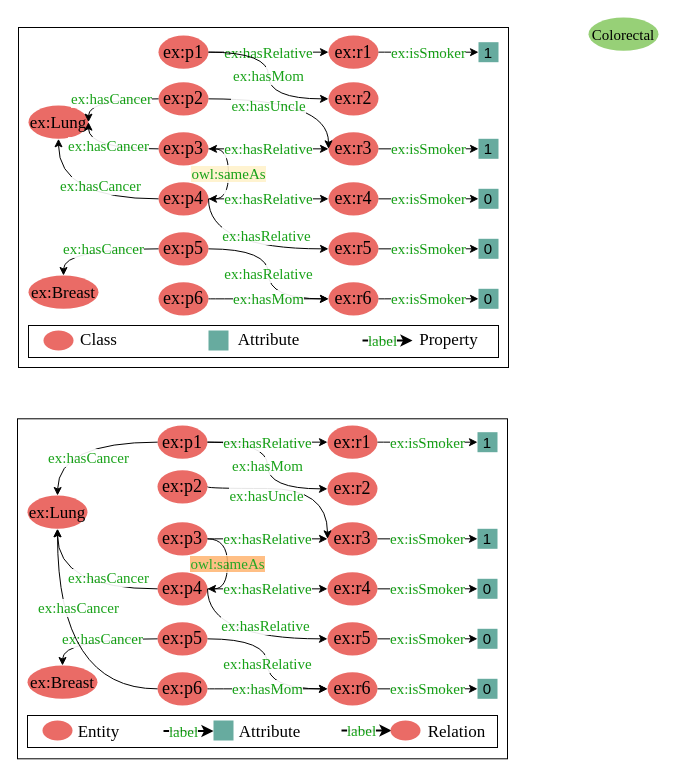
Earlier version of the draw.io diagram VLDB2023.drawio (jason-huanghao/drawio_graphs). Source tidied: cells renumbered, new cells numbered last; positions are measured from the earlier drawing's top-left corner, leaving out a move shared by most shapes. Both pictures are drawn from the tidied source at 100%, with x=0, y=0 at pixel (17, 17).
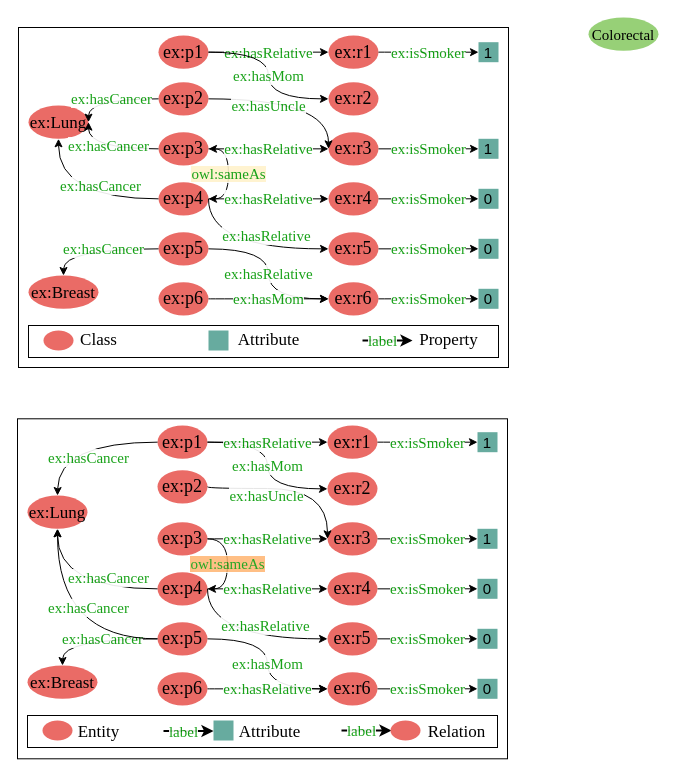
The same diagram, later.

The change refers to these unchanged cells:
```xml
<mxCell id="54" value="ex:p5" style="ellipse;whiteSpace=wrap;html=1;rounded=0;fontFamily=Times New Roman;fontSize=18;fontColor=default;fillColor=#EA6B66;strokeColor=none;" parent="1" vertex="1">
  <mxGeometry x="140" y="604.7" width="50" height="33.3" as="geometry" />
</mxCell>
<mxCell id="55" value="ex:p6" style="ellipse;whiteSpace=wrap;html=1;rounded=0;fontFamily=Times New Roman;fontSize=18;fontColor=default;fillColor=#EA6B66;strokeColor=none;" parent="1" vertex="1">
  <mxGeometry x="140" y="654.7" width="50" height="33.3" as="geometry" />
</mxCell>
<mxCell id="61" value="ex:r6" style="ellipse;whiteSpace=wrap;html=1;rounded=0;fontFamily=Times New Roman;fontSize=18;fontColor=default;fillColor=#EA6B66;strokeColor=none;" parent="1" vertex="1">
  <mxGeometry x="310" y="654.7" width="50" height="33.3" as="geometry" />
</mxCell>
<mxCell id="62" value="&lt;font style=&quot;font-size: 17px;&quot;&gt;ex:Lung&lt;/font&gt;" style="ellipse;whiteSpace=wrap;html=1;rounded=0;fontFamily=Times New Roman;fontSize=18;fontColor=default;fillColor=#EA6B66;strokeColor=none;" parent="1" vertex="1">
  <mxGeometry x="10" y="478" width="60" height="33.3" as="geometry" />
</mxCell>
```

The edit, as a diff of the source:
```diff
@@
-    <mxCell id="67" value="&lt;font color=&quot;#009900&quot; style=&quot;line-height: 1; background-color: rgb(255, 255, 255);&quot;&gt;ex:hasRelative&lt;/font&gt;" style="edgeStyle=orthogonalEdgeStyle;curved=1;jettySize=auto;html=1;exitX=1;exitY=0.5;exitDx=0;exitDy=0;entryX=0;entryY=0.5;entryDx=0;entryDy=0;labelBackgroundColor=#FFFFFF;fontFamily=Times New Roman;fontSize=15;fontColor=#3333FF;shadow=0;fillColor=#00CC00;textOpacity=90;" parent="1" edge="1" source="54" target="61">
+    <mxCell id="67" value="&lt;font color=&quot;#009900&quot; style=&quot;line-height: 1; background-color: rgb(255, 255, 255);&quot;&gt;ex:hasMom&lt;/font&gt;" style="edgeStyle=orthogonalEdgeStyle;curved=1;jettySize=auto;html=1;exitX=1;exitY=0.5;exitDx=0;exitDy=0;entryX=0;entryY=0.5;entryDx=0;entryDy=0;labelBackgroundColor=#FFFFFF;fontFamily=Times New Roman;fontSize=15;fontColor=#3333FF;shadow=0;fillColor=#00CC00;textOpacity=90;" parent="1" edge="1" source="54" target="61">
       <mxGeometry relative="1" as="geometry" />
     </mxCell>
@@
-    <mxCell id="70" value="&lt;font color=&quot;#009900&quot; style=&quot;line-height: 1; background-color: rgb(255, 255, 255);&quot;&gt;ex:hasMom&lt;/font&gt;" style="edgeStyle=orthogonalEdgeStyle;curved=1;jettySize=auto;html=1;exitX=1;exitY=0.5;exitDx=0;exitDy=0;entryX=0;entryY=0.5;entryDx=0;entryDy=0;labelBackgroundColor=#FFFFFF;fontFamily=Times New Roman;fontSize=15;fontColor=#3333FF;shadow=0;fillColor=#00CC00;textOpacity=90;" parent="1" edge="1" source="55" target="61">
+    <mxCell id="70" value="&lt;font color=&quot;#009900&quot; style=&quot;line-height: 1; background-color: rgb(255, 255, 255);&quot;&gt;ex:hasRelative&lt;/font&gt;" style="edgeStyle=orthogonalEdgeStyle;curved=1;jettySize=auto;html=1;exitX=1;exitY=0.5;exitDx=0;exitDy=0;entryX=0;entryY=0.5;entryDx=0;entryDy=0;labelBackgroundColor=#FFFFFF;fontFamily=Times New Roman;fontSize=15;fontColor=#3333FF;shadow=0;fillColor=#00CC00;textOpacity=90;" parent="1" edge="1" source="55" target="61">
       <mxGeometry relative="1" as="geometry" />
     </mxCell>
@@
-    <mxCell id="96" value="&lt;font color=&quot;#009900&quot; style=&quot;line-height: 1; background-color: rgb(255, 255, 255);&quot;&gt;ex:hasCancer&lt;/font&gt;" style="edgeStyle=orthogonalEdgeStyle;curved=1;jettySize=auto;html=1;entryX=0.5;entryY=1;entryDx=0;entryDy=0;labelBackgroundColor=#FFFFFF;fontFamily=Times New Roman;fontSize=15;fontColor=#3333FF;shadow=0;fillColor=#00CC00;textOpacity=90;exitX=0;exitY=0.5;exitDx=0;exitDy=0;" parent="1" edge="1" source="55" target="62">
-      <mxGeometry x="0.39" y="-21" relative="1" as="geometry" />
+    <mxCell id="96" value="&lt;font color=&quot;#009900&quot; style=&quot;line-height: 1; background-color: rgb(255, 255, 255);&quot;&gt;ex:hasCancer&lt;/font&gt;" style="edgeStyle=orthogonalEdgeStyle;curved=1;jettySize=auto;html=1;entryX=0.5;entryY=1;entryDx=0;entryDy=0;labelBackgroundColor=#FFFFFF;fontFamily=Times New Roman;fontSize=15;fontColor=#3333FF;shadow=0;fillColor=#00CC00;textOpacity=90;exitX=0;exitY=0.5;exitDx=0;exitDy=0;" parent="1" edge="1" source="54" target="62">
+      <mxGeometry x="0.25" y="-31" relative="1" as="geometry" />
     </mxCell>
```
